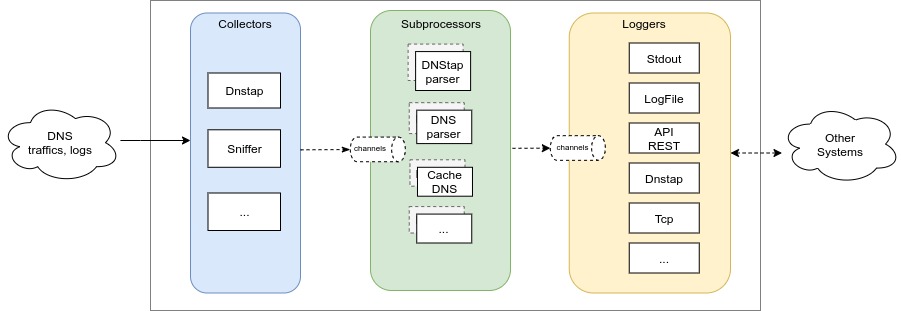
The draw.io diagram doc/overview.png in dmachard/go-dnscollector, before a commit. Source tidied: cells renumbered, new cells last; positions are measured from the earlier drawing's top-left corner, leaving out a move shared by most shapes.
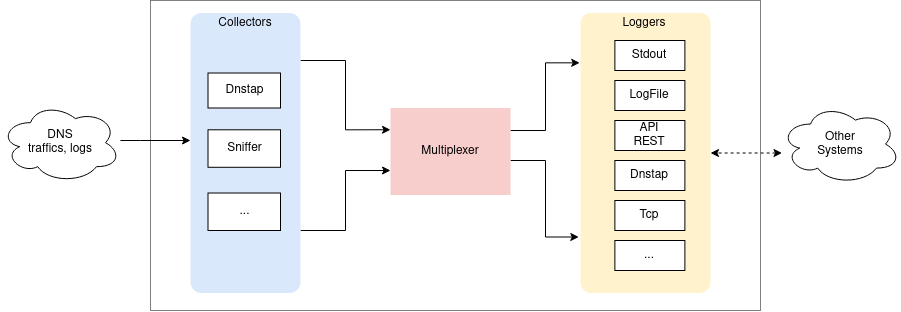
Later version of the same file.

What changed in the source:
```diff
@@ -5,14 +5,30 @@
     <mxCell id="2" style="rounded=0;whiteSpace=wrap;html=1;dashed=1;dashPattern=1 1;" parent="1" vertex="1">
       <mxGeometry x="150" width="610" height="310" as="geometry" />
     </mxCell>
+    <mxCell id="38" style="edgeStyle=orthogonalEdgeStyle;rounded=0;jettySize=auto;html=1;entryX=0;entryY=0.25;entryDx=0;entryDy=0;" parent="1" edge="1" source="3" target="42">
+      <mxGeometry relative="1" as="geometry">
+        <Array as="points">
+          <mxPoint x="345" y="60" />
+          <mxPoint x="345" y="129" />
+        </Array>
+      </mxGeometry>
+    </mxCell>
+    <mxCell id="39" style="edgeStyle=orthogonalEdgeStyle;rounded=0;jettySize=auto;html=1;" parent="1" edge="1" source="3" target="42">
+      <mxGeometry relative="1" as="geometry">
+        <Array as="points">
+          <mxPoint x="345" y="230" />
+          <mxPoint x="345" y="170" />
+        </Array>
+      </mxGeometry>
+    </mxCell>
-    <mxCell id="3" style="rounded=1;whiteSpace=wrap;html=1;fillColor=#dae8fc;strokeColor=#6c8ebf;" parent="1" vertex="1">
+    <mxCell id="3" style="rounded=1;whiteSpace=wrap;html=1;fillColor=#dae8fc;strokeColor=none;arcSize=10;" parent="1" vertex="1">
       <mxGeometry x="190" y="12.5" width="110" height="280" as="geometry" />
     </mxCell>
     <mxCell id="4" value="Collectors" style="text;html=1;strokeColor=none;fillColor=none;align=center;verticalAlign=middle;whiteSpace=wrap;rounded=0;" parent="1" vertex="1">
       <mxGeometry x="225" y="12.5" width="40" height="20" as="geometry" />
     </mxCell>
-    <mxCell id="5" style="rounded=1;whiteSpace=wrap;html=1;fillColor=#fff2cc;strokeColor=#d6b656;" parent="1" vertex="1">
-      <mxGeometry x="568.8" y="12.5" width="161.2" height="280" as="geometry" />
+    <mxCell id="5" style="rounded=1;whiteSpace=wrap;html=1;fillColor=#fff2cc;strokeColor=none;arcSize=8;" parent="1" vertex="1">
+      <mxGeometry x="580" y="12.5" width="130" height="280" as="geometry" />
     </mxCell>
     <mxCell id="6" value="Loggers" style="text;html=1;strokeColor=none;fillColor=none;align=center;verticalAlign=middle;whiteSpace=wrap;rounded=0;" parent="1" vertex="1">
       <mxGeometry x="623.8" y="12.5" width="40" height="20" as="geometry" />
@@ -21,16 +37,16 @@
       <mxGeometry x="207.5" y="72.5" width="72.5" height="35" as="geometry" />
     </mxCell>
     <mxCell id="8" value="Stdout" style="rounded=0;whiteSpace=wrap;html=1;" parent="1" vertex="1">
-      <mxGeometry x="628.8" y="42.5" width="70" height="30" as="geometry" />
+      <mxGeometry x="614.4" y="40" width="70" height="30" as="geometry" />
     </mxCell>
     <mxCell id="9" value="LogFile" style="rounded=0;whiteSpace=wrap;html=1;" parent="1" vertex="1">
-      <mxGeometry x="628.8" y="82.5" width="70" height="30" as="geometry" />
+      <mxGeometry x="614.4" y="80" width="70" height="30" as="geometry" />
     </mxCell>
     <mxCell id="10" value="API&lt;br&gt;REST" style="rounded=0;whiteSpace=wrap;html=1;" parent="1" vertex="1">
-      <mxGeometry x="628.8" y="122.5" width="70" height="30" as="geometry" />
+      <mxGeometry x="614.4" y="120" width="70" height="30" as="geometry" />
     </mxCell>
     <mxCell id="11" value="Dnstap" style="rounded=0;whiteSpace=wrap;html=1;" parent="1" vertex="1">
-      <mxGeometry x="628.8" y="162.5" width="70" height="30" as="geometry" />
+      <mxGeometry x="614.4" y="160" width="70" height="30" as="geometry" />
     </mxCell>
     <mxCell id="12" style="edgeStyle=orthogonalEdgeStyle;rounded=0;jettySize=auto;html=1;" parent="1" edge="1" source="13" target="3">
       <mxGeometry relative="1" as="geometry">
@@ -54,81 +70,35 @@
       <mxGeometry x="780" y="103.6" width="120" height="80" as="geometry" />
     </mxCell>
     <mxCell id="16" value="..." style="rounded=0;whiteSpace=wrap;html=1;" parent="1" vertex="1">
-      <mxGeometry x="628.8" y="242.5" width="70" height="30" as="geometry" />
+      <mxGeometry x="614.4" y="240" width="70" height="30" as="geometry" />
     </mxCell>
     <mxCell id="17" value="Tcp" style="rounded=0;whiteSpace=wrap;html=1;" parent="1" vertex="1">
-      <mxGeometry x="628.8" y="202.5" width="70" height="30" as="geometry" />
+      <mxGeometry x="614.4" y="200" width="70" height="30" as="geometry" />
     </mxCell>
-    <mxCell id="18" style="edgeStyle=orthogonalEdgeStyle;rounded=0;jettySize=auto;html=1;dashed=1;" parent="1" edge="1" target="34">
-      <mxGeometry relative="1" as="geometry">
-        <mxPoint x="500" y="147.8" as="sourcePoint" />
-        <Array as="points">
-          <mxPoint x="520" y="147.8" />
-          <mxPoint x="520" y="147.8" />
-        </Array>
-      </mxGeometry>
-    </mxCell>
-    <mxCell id="19" style="rounded=1;whiteSpace=wrap;html=1;fillColor=#d5e8d4;strokeColor=#82b366;" parent="1" vertex="1">
-      <mxGeometry x="370" y="10" width="140" height="280" as="geometry" />
-    </mxCell>
-    <mxCell id="20" value="Subprocessors" style="text;html=1;strokeColor=none;fillColor=none;align=center;verticalAlign=middle;whiteSpace=wrap;rounded=0;" parent="1" vertex="1">
-      <mxGeometry x="420.7" y="12.5" width="40" height="20" as="geometry" />
-    </mxCell>
-    <mxCell id="21" value="DNStap" style="rounded=0;whiteSpace=wrap;html=1;fillColor=#f5f5f5;strokeColor=#666666;fontColor=#333333;dashed=1;" parent="1" vertex="1">
-      <mxGeometry x="407.6" y="43.6" width="55" height="36.4" as="geometry" />
-    </mxCell>
-    <mxCell id="22" value="DNStap&lt;br&gt;parser" style="rounded=0;whiteSpace=wrap;html=1;" parent="1" vertex="1">
-      <mxGeometry x="415.1" y="51.1" width="55" height="38.9" as="geometry" />
-    </mxCell>
     <mxCell id="23" value="Sniffer" style="rounded=0;whiteSpace=wrap;html=1;" parent="1" vertex="1">
       <mxGeometry x="207.5" y="129.3" width="72.5" height="37.5" as="geometry" />
     </mxCell>
     <mxCell id="24" value="..." style="rounded=0;whiteSpace=wrap;html=1;" parent="1" vertex="1">
       <mxGeometry x="207.5" y="192.5" width="72.5" height="37.5" as="geometry" />
     </mxCell>
-    <mxCell id="25" value="DNStap" style="rounded=0;whiteSpace=wrap;html=1;fillColor=#f5f5f5;strokeColor=#666666;fontColor=#333333;dashed=1;" parent="1" vertex="1">
-      <mxGeometry x="408.8" y="102.2" width="55" height="30.9" as="geometry" />
-    </mxCell>
-    <mxCell id="26" value="DNS&lt;br&gt;parser" style="rounded=0;whiteSpace=wrap;html=1;" parent="1" vertex="1">
-      <mxGeometry x="416.2" y="109.7" width="55" height="33.4" as="geometry" />
-    </mxCell>
-    <mxCell id="27" style="edgeStyle=orthogonalEdgeStyle;rounded=0;jettySize=auto;html=1;dashed=1;endArrow=classicThin;endFill=1;" parent="1" edge="1" target="31">
-      <mxGeometry relative="1" as="geometry">
-        <mxPoint x="300" y="149.3" as="sourcePoint" />
-        <Array as="points">
-          <mxPoint x="301" y="149.2" />
-        </Array>
-      </mxGeometry>
-    </mxCell>
-    <mxCell id="28" value="DNStap" style="rounded=0;whiteSpace=wrap;html=1;fillColor=#f5f5f5;strokeColor=#666666;fontColor=#333333;dashed=1;" parent="1" vertex="1">
-      <mxGeometry x="409.5" y="159.3" width="55" height="26.4" as="geometry" />
-    </mxCell>
-    <mxCell id="29" value="Cache&lt;br&gt;DNS" style="rounded=0;whiteSpace=wrap;html=1;" parent="1" vertex="1">
-      <mxGeometry x="417" y="166.8" width="55" height="28.9" as="geometry" />
-    </mxCell>
-    <mxCell id="30" style="group;" parent="1" vertex="1">
-      <mxGeometry x="360" y="141.9" width="45" height="41.7" as="geometry" />
-    </mxCell>
-    <mxCell id="31" style="shape=cylinder3;whiteSpace=wrap;html=1;boundedLbl=1;backgroundOutline=1;size=6.85714285714289;rotation=90;dashed=1;" parent="30" vertex="1">
-      <mxGeometry x="5" y="-20.5" width="24.7" height="55" as="geometry" />
-    </mxCell>
-    <mxCell id="32" value="&lt;font style=&quot;font-size: 8px&quot;&gt;channels&lt;/font&gt;" style="text;html=1;strokeColor=none;fillColor=none;align=center;verticalAlign=middle;whiteSpace=wrap;rounded=0;" parent="30" vertex="1">
-      <mxGeometry y="-3" width="20" height="14" as="geometry" />
-    </mxCell>
-    <mxCell id="33" style="group;" parent="1" vertex="1">
-      <mxGeometry x="560" y="140.5" width="45" height="41.7" as="geometry" />
-    </mxCell>
-    <mxCell id="34" style="shape=cylinder3;whiteSpace=wrap;html=1;boundedLbl=1;backgroundOutline=1;size=6.85714285714289;rotation=90;dashed=1;" parent="33" vertex="1">
-      <mxGeometry x="5" y="-20.5" width="24.7" height="55" as="geometry" />
-    </mxCell>
-    <mxCell id="35" value="&lt;font style=&quot;font-size: 8px&quot;&gt;channels&lt;/font&gt;" style="text;html=1;strokeColor=none;fillColor=none;align=center;verticalAlign=middle;whiteSpace=wrap;rounded=0;" parent="33" vertex="1">
-      <mxGeometry y="-3" width="25" height="14" as="geometry" />
-    </mxCell>
-    <mxCell id="36" value="DNStap" style="rounded=0;whiteSpace=wrap;html=1;fillColor=#f5f5f5;strokeColor=#666666;fontColor=#333333;dashed=1;" parent="1" vertex="1">
-      <mxGeometry x="408.8" y="206.1" width="55" height="26.4" as="geometry" />
-    </mxCell>
-    <mxCell id="37" value="..." style="rounded=0;whiteSpace=wrap;html=1;" parent="1" vertex="1">
-      <mxGeometry x="416.2" y="213.6" width="55" height="28.9" as="geometry" />
-    </mxCell>
+    <mxCell id="40" style="edgeStyle=orthogonalEdgeStyle;rounded=0;jettySize=auto;html=1;entryX=-0.013;entryY=0.8;entryDx=0;entryDy=0;entryPerimeter=0;" parent="1" edge="1" source="42" target="5">
+      <mxGeometry relative="1" as="geometry">
+        <Array as="points">
+          <mxPoint x="545" y="160" />
+          <mxPoint x="545" y="237" />
+        </Array>
+      </mxGeometry>
+    </mxCell>
+    <mxCell id="41" style="edgeStyle=orthogonalEdgeStyle;rounded=0;jettySize=auto;html=1;entryX=-0.006;entryY=0.178;entryDx=0;entryDy=0;entryPerimeter=0;" parent="1" edge="1" source="42" target="5">
+      <mxGeometry relative="1" as="geometry">
+        <Array as="points">
+          <mxPoint x="545" y="130" />
+          <mxPoint x="545" y="62" />
+        </Array>
+      </mxGeometry>
+    </mxCell>
+    <mxCell id="42" value="Multiplexer" style="rounded=0;whiteSpace=wrap;html=1;fillColor=#f8cecc;strokeColor=none;" parent="1" vertex="1">
+      <mxGeometry x="390" y="107.5" width="120" height="87" as="geometry" />
+    </mxCell>
   </root>
 </mxGraphModel>
```
